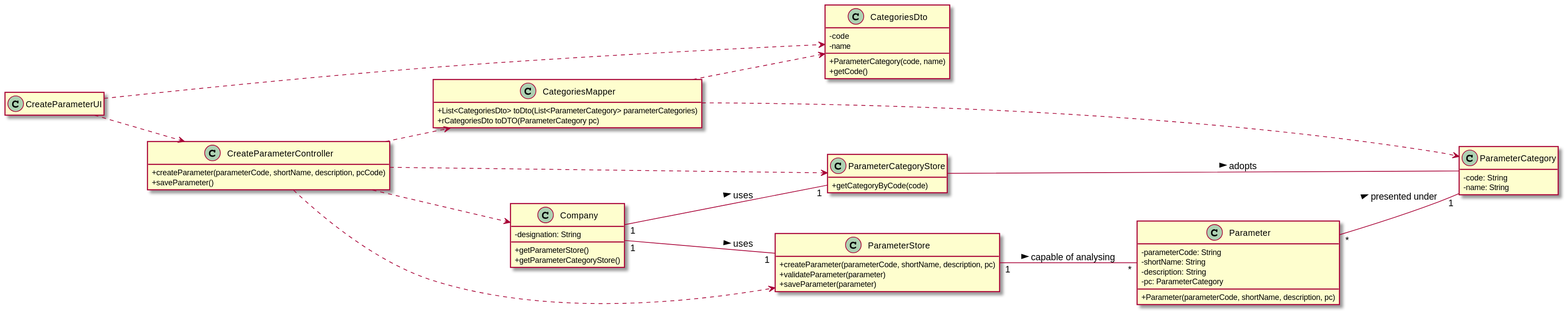
This is docs/SprintB/US_10/US010_CD.svg from ana-albergaria/LAPR2-ISEP, a PlantUML export, as it was before one commit.
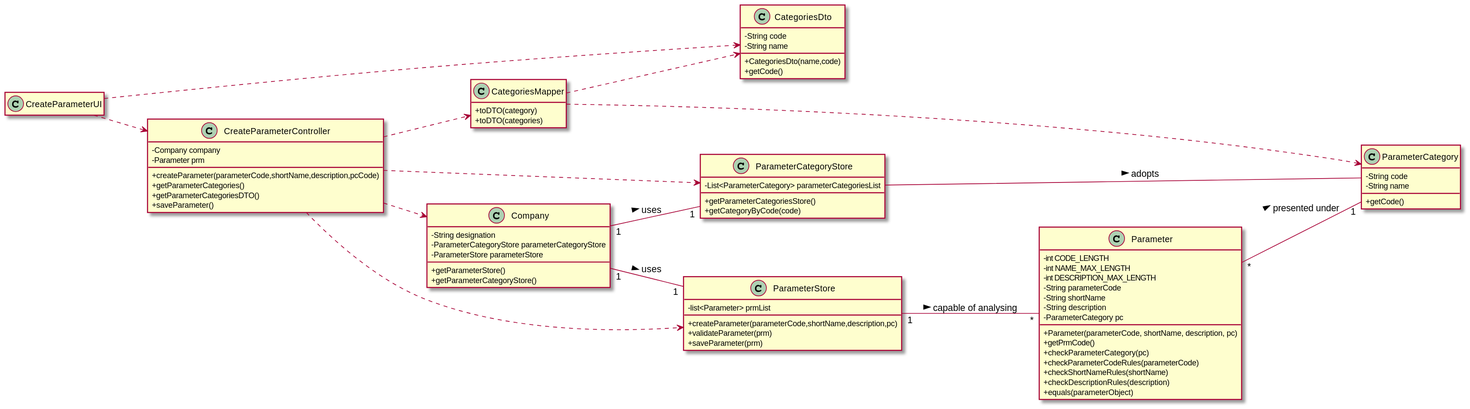
Later version of the same file.

The edit, as a diff of the source:
```diff
@@ -5,53 +5,71 @@
 skinparam classAttributeIconSize 0
 
 class CategoriesDto {
-    -code
-    -name
-    +ParameterCategory(code, name)
+    -String code
+    -String name
+    +CategoriesDto(name,code)
     +getCode()
 }
 
 class CategoriesMapper {
-    +List<CategoriesDto> toDto(List<ParameterCategory> parameterCategories)
-    +rCategoriesDto toDTO(ParameterCategory pc)
+    +toDTO(category)
+    +toDTO(categories)
 }
 
 class ParameterCategoryStore {
+    -List<ParameterCategory> parameterCategoriesList
+    +getParameterCategoriesStore()
     +getCategoryByCode(code)
 }
 
 class ParameterStore {
-    +createParameter(parameterCode, shortName, description, pc)
-    +validateParameter(parameter)
-    +saveParameter(parameter)
+    -list<Parameter> prmList
+    +createParameter(parameterCode,shortName,description,pc)
+    +validateParameter(prm)
+    +saveParameter(prm)
 }
 
 class Parameter {
-  -parameterCode: String
-  -shortName: String
-  -description: String
-  -pc: ParameterCategory
+  -int CODE_LENGTH
+  -int NAME_MAX_LENGTH
+  -int DESCRIPTION_MAX_LENGTH
+  -String parameterCode
+  -String shortName
+  -String description
+  -ParameterCategory pc
   +Parameter(parameterCode, shortName, description, pc)
+  +getPrmCode()
+  +checkParameterCategory(pc)
+  +checkParameterCodeRules(parameterCode)
+  +checkShortNameRules(shortName)
+  +checkDescriptionRules(description)
+  +equals(parameterObject)
 }
 
 class ParameterCategory {
-   -code: String
-   -name: String
+   -String code
+   -String name
+   +getCode()
 }
 
 class Company {
-  -designation: String
+  -String designation
+  -ParameterCategoryStore parameterCategoryStore
+  -ParameterStore parameterStore
   +getParameterStore()
   +getParameterCategoryStore()
 }
 
 class CreateParameterController {
-  +createParameter(parameterCode, shortName, description, pcCode)
+  -Company company
+  -Parameter prm
+  +createParameter(parameterCode,shortName,description,pcCode)
+  +getParameterCategories()
+  +getParameterCategoriesDTO()
   +saveParameter()
 }
 
 class CreateParameterUI {
-
 }
 
 CreateParameterUI ..> CreateParameterController
```
